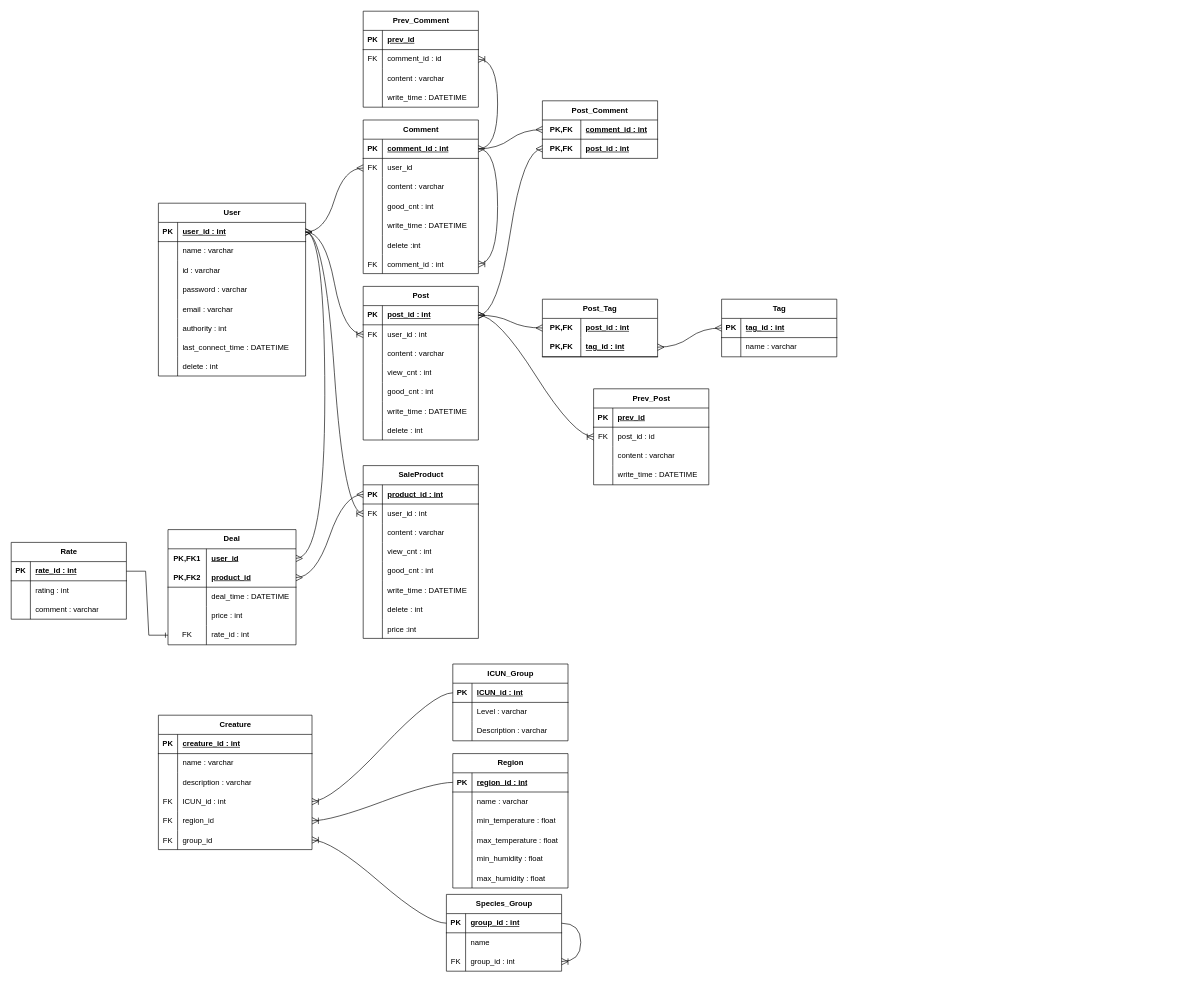
ReptileProject/reptile-document keeps this draw.io diagram as Database/REPTILE_ERD.drawio. Above is the earlier version. Source tidied: cells renumbered, new cells numbered last; positions are measured from the earlier drawing's top-left corner, leaving out a move shared by most shapes. Both pictures are drawn from the tidied source at 64%, with x=0, y=0 at pixel (11, 11).
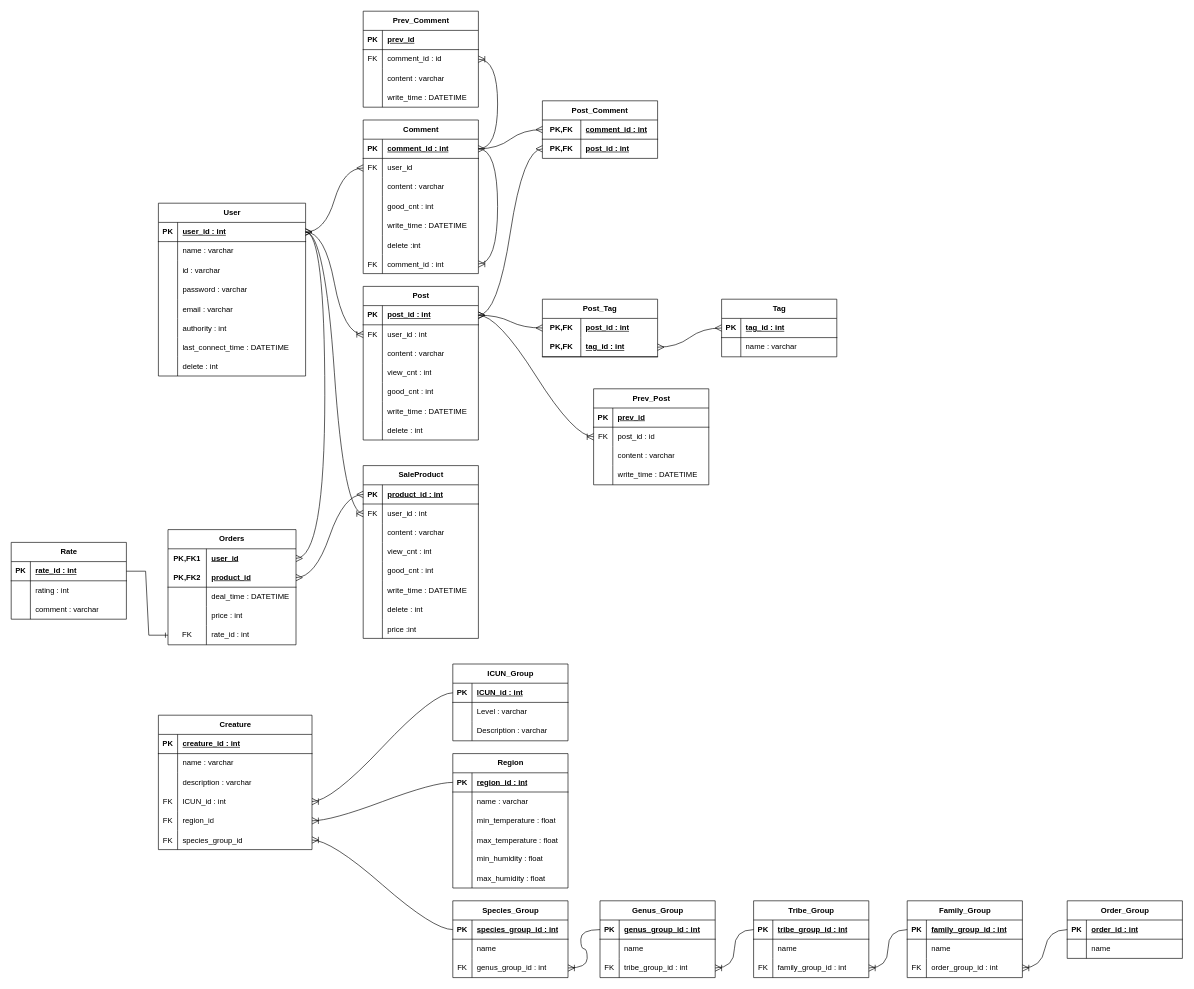
After the change.

Commit message (it also covers changes not shown here):
fix/Species Group DB

#2 ISSUE / REST API 설계 관련 Issue: Species Group 구조 - DB

Unchanged cells that the change refers to:
```xml
<mxCell id="43" style="shape=tableRow;horizontal=0;startSize=0;swimlaneHead=0;swimlaneBody=0;fillColor=none;points=[[0,0.5],[1,0.5]];portConstraint=eastwest;top=0;left=0;right=0;bottom=0;" parent="27" vertex="1">
  <mxGeometry y="180" width="240" height="30" as="geometry" />
</mxCell>
<mxCell id="152" style="shape=tableRow;horizontal=0;startSize=0;swimlaneHead=0;swimlaneBody=0;fillColor=none;points=[[0,0.5],[1,0.5]];portConstraint=eastwest;top=0;left=0;right=0;bottom=1;" parent="151" vertex="1">
  <mxGeometry y="30" width="180" height="30" as="geometry" />
</mxCell>
<mxCell id="158" style="shape=tableRow;horizontal=0;startSize=0;swimlaneHead=0;swimlaneBody=0;fillColor=none;points=[[0,0.5],[1,0.5]];portConstraint=eastwest;top=0;left=0;right=0;bottom=0;" parent="151" vertex="1">
  <mxGeometry y="90" width="180" height="30" as="geometry" />
</mxCell>
```

Change to the diagram source:
```diff
@@
-    <mxCell id="45" value="group_id" style="shape=partialRectangle;fillColor=none;top=0;left=0;bottom=0;right=0;align=left;spacingLeft=6;overflow=hidden;" parent="43" vertex="1">
+    <mxCell id="45" value="species_group_id" style="shape=partialRectangle;fillColor=none;top=0;left=0;bottom=0;right=0;align=left;spacingLeft=6;overflow=hidden;" parent="43" vertex="1">
       <mxGeometry x="30" width="210" height="30" as="geometry" />
     </mxCell>
@@
     <mxCell id="151" value="Species_Group" style="shape=table;startSize=30;childLayout=tableLayout;rowLines=0;fontStyle=1;align=center;html=1;" parent="1" vertex="1">
-      <mxGeometry x="680" y="1380" width="180" height="120" as="geometry" />
+      <mxGeometry x="690" y="1390" width="180" height="120" as="geometry" />
     </mxCell>
@@
-    <mxCell id="154" value="group_id : int" style="shape=partialRectangle;fillColor=none;top=0;left=0;bottom=0;right=0;align=left;spacingLeft=6;fontStyle=5;overflow=hidden;whiteSpace=wrap;html=1;" parent="152" vertex="1">
+    <mxCell id="154" value="species_group_id : int" style="shape=partialRectangle;fillColor=none;top=0;left=0;bottom=0;right=0;align=left;spacingLeft=6;fontStyle=5;overflow=hidden;whiteSpace=wrap;html=1;" parent="152" vertex="1">
       <mxGeometry x="30" width="150" height="30" as="geometry" />
     </mxCell>
@@
-    <mxCell id="160" value="group_id : int" style="shape=partialRectangle;fillColor=none;top=0;left=0;bottom=0;right=0;align=left;spacingLeft=6;fontStyle=0;overflow=hidden;whiteSpace=wrap;html=1;" parent="158" vertex="1">
+    <mxCell id="160" value="&lt;span style=&quot;background-color: initial;&quot;&gt;genus_group_id : int&lt;/span&gt;" style="shape=partialRectangle;fillColor=none;top=0;left=0;bottom=0;right=0;align=left;spacingLeft=6;fontStyle=0;overflow=hidden;whiteSpace=wrap;html=1;" parent="158" vertex="1">
       <mxGeometry x="30" width="150" height="30" as="geometry" />
     </mxCell>
-    <mxCell id="161" style="edgeStyle=entityRelationEdgeStyle;fontSize=12;html=1;endArrow=ERoneToMany;rounded=0;startSize=8;endSize=8;curved=1;" parent="151" edge="1" source="152" target="158">
-      <mxGeometry relative="1" as="geometry" />
-    </mxCell>
@@
-    <mxCell id="217" value="Deal" style="shape=table;startSize=30;childLayout=tableLayout;rowLines=0;fontStyle=1;align=center;html=1;whiteSpace=wrap;" parent="1" vertex="1">
+    <mxCell id="217" value="Orders" style="shape=table;startSize=30;childLayout=tableLayout;rowLines=0;fontStyle=1;align=center;html=1;whiteSpace=wrap;" parent="1" vertex="1">
       <mxGeometry x="245" y="810" width="200" height="180" as="geometry" />
     </mxCell>
@@
+    <mxCell id="247" value="Genus_Group" style="shape=table;startSize=30;childLayout=tableLayout;rowLines=0;fontStyle=1;align=center;html=1;" parent="1" vertex="1">
+      <mxGeometry x="920" y="1390" width="180" height="120" as="geometry" />
+    </mxCell>
+    <mxCell id="248" style="shape=tableRow;horizontal=0;startSize=0;swimlaneHead=0;swimlaneBody=0;fillColor=none;points=[[0,0.5],[1,0.5]];portConstraint=eastwest;top=0;left=0;right=0;bottom=1;" parent="247" vertex="1">
+      <mxGeometry y="30" width="180" height="30" as="geometry" />
+    </mxCell>
+    <mxCell id="249" value="PK" style="shape=partialRectangle;fillColor=none;top=0;left=0;bottom=0;right=0;fontStyle=1;overflow=hidden;whiteSpace=wrap;html=1;" parent="248" vertex="1">
+      <mxGeometry width="30" height="30" as="geometry" />
+    </mxCell>
+    <mxCell id="250" value="genus_group_id : int" style="shape=partialRectangle;fillColor=none;top=0;left=0;bottom=0;right=0;align=left;spacingLeft=6;fontStyle=5;overflow=hidden;whiteSpace=wrap;html=1;" parent="248" vertex="1">
+      <mxGeometry x="30" width="150" height="30" as="geometry" />
+    </mxCell>
+    <mxCell id="251" style="shape=tableRow;horizontal=0;startSize=0;swimlaneHead=0;swimlaneBody=0;fillColor=none;top=0;left=0;right=0;bottom=0;" parent="247" vertex="1">
+      <mxGeometry y="60" width="180" height="30" as="geometry" />
+    </mxCell>
+    <mxCell id="252" style="shape=partialRectangle;fillColor=none;top=0;left=0;bottom=0;right=0;overflow=hidden;whiteSpace=wrap;html=1;" parent="251" vertex="1">
+      <mxGeometry width="30" height="30" as="geometry" />
+    </mxCell>
+    <mxCell id="253" value="name" style="shape=partialRectangle;fillColor=none;top=0;left=0;bottom=0;right=0;align=left;spacingLeft=6;overflow=hidden;whiteSpace=wrap;html=1;" parent="251" vertex="1">
+      <mxGeometry x="30" width="150" height="30" as="geometry" />
+    </mxCell>
+    <mxCell id="254" style="shape=tableRow;horizontal=0;startSize=0;swimlaneHead=0;swimlaneBody=0;fillColor=none;points=[[0,0.5],[1,0.5]];portConstraint=eastwest;top=0;left=0;right=0;bottom=0;" parent="247" vertex="1">
+      <mxGeometry y="90" width="180" height="30" as="geometry" />
+    </mxCell>
+    <mxCell id="255" value="FK" style="shape=partialRectangle;fillColor=none;top=0;left=0;bottom=0;right=0;fontStyle=0;overflow=hidden;whiteSpace=wrap;html=1;" parent="254" vertex="1">
+      <mxGeometry width="30" height="30" as="geometry" />
+    </mxCell>
+    <mxCell id="256" value="&lt;span style=&quot;background-color: initial;&quot;&gt;tribe_group_id : int&lt;/span&gt;" style="shape=partialRectangle;fillColor=none;top=0;left=0;bottom=0;right=0;align=left;spacingLeft=6;fontStyle=0;overflow=hidden;whiteSpace=wrap;html=1;" parent="254" vertex="1">
+      <mxGeometry x="30" width="150" height="30" as="geometry" />
+    </mxCell>
+    <mxCell id="257" value="Tribe_Group" style="shape=table;startSize=30;childLayout=tableLayout;rowLines=0;fontStyle=1;align=center;html=1;" parent="1" vertex="1">
+      <mxGeometry x="1160" y="1390" width="180" height="120" as="geometry" />
+    </mxCell>
+    <mxCell id="258" style="shape=tableRow;horizontal=0;startSize=0;swimlaneHead=0;swimlaneBody=0;fillColor=none;points=[[0,0.5],[1,0.5]];portConstraint=eastwest;top=0;left=0;right=0;bottom=1;" parent="257" vertex="1">
+      <mxGeometry y="30" width="180" height="30" as="geometry" />
+    </mxCell>
+    <mxCell id="259" value="PK" style="shape=partialRectangle;fillColor=none;top=0;left=0;bottom=0;right=0;fontStyle=1;overflow=hidden;whiteSpace=wrap;html=1;" parent="258" vertex="1">
+      <mxGeometry width="30" height="30" as="geometry" />
+    </mxCell>
+    <mxCell id="260" value="tribe_group_id : int" style="shape=partialRectangle;fillColor=none;top=0;left=0;bottom=0;right=0;align=left;spacingLeft=6;fontStyle=5;overflow=hidden;whiteSpace=wrap;html=1;" parent="258" vertex="1">
+      <mxGeometry x="30" width="150" height="30" as="geometry" />
+    </mxCell>
+    <mxCell id="261" style="shape=tableRow;horizontal=0;startSize=0;swimlaneHead=0;swimlaneBody=0;fillColor=none;top=0;left=0;right=0;bottom=0;" parent="257" vertex="1">
+      <mxGeometry y="60" width="180" height="30" as="geometry" />
+    </mxCell>
+    <mxCell id="262" style="shape=partialRectangle;fillColor=none;top=0;left=0;bottom=0;right=0;overflow=hidden;whiteSpace=wrap;html=1;" parent="261" vertex="1">
+      <mxGeometry width="30" height="30" as="geometry" />
+    </mxCell>
+    <mxCell id="263" value="name" style="shape=partialRectangle;fillColor=none;top=0;left=0;bottom=0;right=0;align=left;spacingLeft=6;overflow=hidden;whiteSpace=wrap;html=1;" parent="261" vertex="1">
+      <mxGeometry x="30" width="150" height="30" as="geometry" />
+    </mxCell>
+    <mxCell id="264" style="shape=tableRow;horizontal=0;startSize=0;swimlaneHead=0;swimlaneBody=0;fillColor=none;points=[[0,0.5],[1,0.5]];portConstraint=eastwest;top=0;left=0;right=0;bottom=0;" parent="257" vertex="1">
+      <mxGeometry y="90" width="180" height="30" as="geometry" />
+    </mxCell>
+    <mxCell id="265" value="FK" style="shape=partialRectangle;fillColor=none;top=0;left=0;bottom=0;right=0;fontStyle=0;overflow=hidden;whiteSpace=wrap;html=1;" parent="264" vertex="1">
+      <mxGeometry width="30" height="30" as="geometry" />
+    </mxCell>
+    <mxCell id="266" value="&lt;span style=&quot;background-color: initial;&quot;&gt;family_group_id : int&lt;/span&gt;" style="shape=partialRectangle;fillColor=none;top=0;left=0;bottom=0;right=0;align=left;spacingLeft=6;fontStyle=0;overflow=hidden;whiteSpace=wrap;html=1;" parent="264" vertex="1">
+      <mxGeometry x="30" width="150" height="30" as="geometry" />
+    </mxCell>
+    <mxCell id="267" value="Family_Group" style="shape=table;startSize=30;childLayout=tableLayout;rowLines=0;fontStyle=1;align=center;html=1;" parent="1" vertex="1">
+      <mxGeometry x="1400" y="1390" width="180" height="120" as="geometry" />
+    </mxCell>
+    <mxCell id="268" style="shape=tableRow;horizontal=0;startSize=0;swimlaneHead=0;swimlaneBody=0;fillColor=none;points=[[0,0.5],[1,0.5]];portConstraint=eastwest;top=0;left=0;right=0;bottom=1;" parent="267" vertex="1">
+      <mxGeometry y="30" width="180" height="30" as="geometry" />
+    </mxCell>
+    <mxCell id="269" value="PK" style="shape=partialRectangle;fillColor=none;top=0;left=0;bottom=0;right=0;fontStyle=1;overflow=hidden;whiteSpace=wrap;html=1;" parent="268" vertex="1">
+      <mxGeometry width="30" height="30" as="geometry" />
+    </mxCell>
+    <mxCell id="270" value="family_group_id : int" style="shape=partialRectangle;fillColor=none;top=0;left=0;bottom=0;right=0;align=left;spacingLeft=6;fontStyle=5;overflow=hidden;whiteSpace=wrap;html=1;" parent="268" vertex="1">
+      <mxGeometry x="30" width="150" height="30" as="geometry" />
+    </mxCell>
+    <mxCell id="271" style="shape=tableRow;horizontal=0;startSize=0;swimlaneHead=0;swimlaneBody=0;fillColor=none;top=0;left=0;right=0;bottom=0;" parent="267" vertex="1">
+      <mxGeometry y="60" width="180" height="30" as="geometry" />
+    </mxCell>
+    <mxCell id="272" style="shape=partialRectangle;fillColor=none;top=0;left=0;bottom=0;right=0;overflow=hidden;whiteSpace=wrap;html=1;" parent="271" vertex="1">
+      <mxGeometry width="30" height="30" as="geometry" />
+    </mxCell>
+    <mxCell id="273" value="name" style="shape=partialRectangle;fillColor=none;top=0;left=0;bottom=0;right=0;align=left;spacingLeft=6;overflow=hidden;whiteSpace=wrap;html=1;" parent="271" vertex="1">
+      <mxGeometry x="30" width="150" height="30" as="geometry" />
+    </mxCell>
+    <mxCell id="274" style="shape=tableRow;horizontal=0;startSize=0;swimlaneHead=0;swimlaneBody=0;fillColor=none;points=[[0,0.5],[1,0.5]];portConstraint=eastwest;top=0;left=0;right=0;bottom=0;" parent="267" vertex="1">
+      <mxGeometry y="90" width="180" height="30" as="geometry" />
+    </mxCell>
+    <mxCell id="275" value="FK" style="shape=partialRectangle;fillColor=none;top=0;left=0;bottom=0;right=0;fontStyle=0;overflow=hidden;whiteSpace=wrap;html=1;" parent="274" vertex="1">
+      <mxGeometry width="30" height="30" as="geometry" />
+    </mxCell>
+    <mxCell id="276" value="&lt;span style=&quot;background-color: initial;&quot;&gt;order_group_id : int&lt;/span&gt;" style="shape=partialRectangle;fillColor=none;top=0;left=0;bottom=0;right=0;align=left;spacingLeft=6;fontStyle=0;overflow=hidden;whiteSpace=wrap;html=1;" parent="274" vertex="1">
+      <mxGeometry x="30" width="150" height="30" as="geometry" />
+    </mxCell>
+    <mxCell id="277" value="Order_Group" style="shape=table;startSize=30;childLayout=tableLayout;rowLines=0;fontStyle=1;align=center;html=1;" parent="1" vertex="1">
+      <mxGeometry x="1650" y="1390" width="180" height="90" as="geometry" />
+    </mxCell>
+    <mxCell id="278" style="shape=tableRow;horizontal=0;startSize=0;swimlaneHead=0;swimlaneBody=0;fillColor=none;points=[[0,0.5],[1,0.5]];portConstraint=eastwest;top=0;left=0;right=0;bottom=1;" parent="277" vertex="1">
+      <mxGeometry y="30" width="180" height="30" as="geometry" />
+    </mxCell>
+    <mxCell id="279" value="PK" style="shape=partialRectangle;fillColor=none;top=0;left=0;bottom=0;right=0;fontStyle=1;overflow=hidden;whiteSpace=wrap;html=1;" parent="278" vertex="1">
+      <mxGeometry width="30" height="30" as="geometry" />
+    </mxCell>
+    <mxCell id="280" value="order_id : int" style="shape=partialRectangle;fillColor=none;top=0;left=0;bottom=0;right=0;align=left;spacingLeft=6;fontStyle=5;overflow=hidden;whiteSpace=wrap;html=1;" parent="278" vertex="1">
+      <mxGeometry x="30" width="150" height="30" as="geometry" />
+    </mxCell>
+    <mxCell id="281" style="shape=tableRow;horizontal=0;startSize=0;swimlaneHead=0;swimlaneBody=0;fillColor=none;top=0;left=0;right=0;bottom=0;" parent="277" vertex="1">
+      <mxGeometry y="60" width="180" height="30" as="geometry" />
+    </mxCell>
+    <mxCell id="282" style="shape=partialRectangle;fillColor=none;top=0;left=0;bottom=0;right=0;overflow=hidden;whiteSpace=wrap;html=1;" parent="281" vertex="1">
+      <mxGeometry width="30" height="30" as="geometry" />
+    </mxCell>
+    <mxCell id="283" value="name" style="shape=partialRectangle;fillColor=none;top=0;left=0;bottom=0;right=0;align=left;spacingLeft=6;overflow=hidden;whiteSpace=wrap;html=1;" parent="281" vertex="1">
+      <mxGeometry x="30" width="150" height="30" as="geometry" />
+    </mxCell>
+    <mxCell id="284" style="edgeStyle=entityRelationEdgeStyle;fontSize=12;html=1;endArrow=ERoneToMany;rounded=0;startSize=8;endSize=8;curved=1;" parent="1" edge="1" source="248" target="158">
+      <mxGeometry relative="1" as="geometry" />
+    </mxCell>
+    <mxCell id="285" style="edgeStyle=entityRelationEdgeStyle;fontSize=12;html=1;endArrow=ERoneToMany;rounded=0;startSize=8;endSize=8;curved=1;" parent="1" edge="1" source="258" target="254">
+      <mxGeometry relative="1" as="geometry" />
+    </mxCell>
+    <mxCell id="286" style="edgeStyle=entityRelationEdgeStyle;fontSize=12;html=1;endArrow=ERoneToMany;rounded=0;startSize=8;endSize=8;curved=1;" parent="1" edge="1" source="268" target="264">
+      <mxGeometry relative="1" as="geometry" />
+    </mxCell>
+    <mxCell id="287" style="edgeStyle=entityRelationEdgeStyle;fontSize=12;html=1;endArrow=ERoneToMany;rounded=0;startSize=8;endSize=8;curved=1;" parent="1" edge="1" source="278" target="274">
+      <mxGeometry relative="1" as="geometry" />
+    </mxCell>
```
